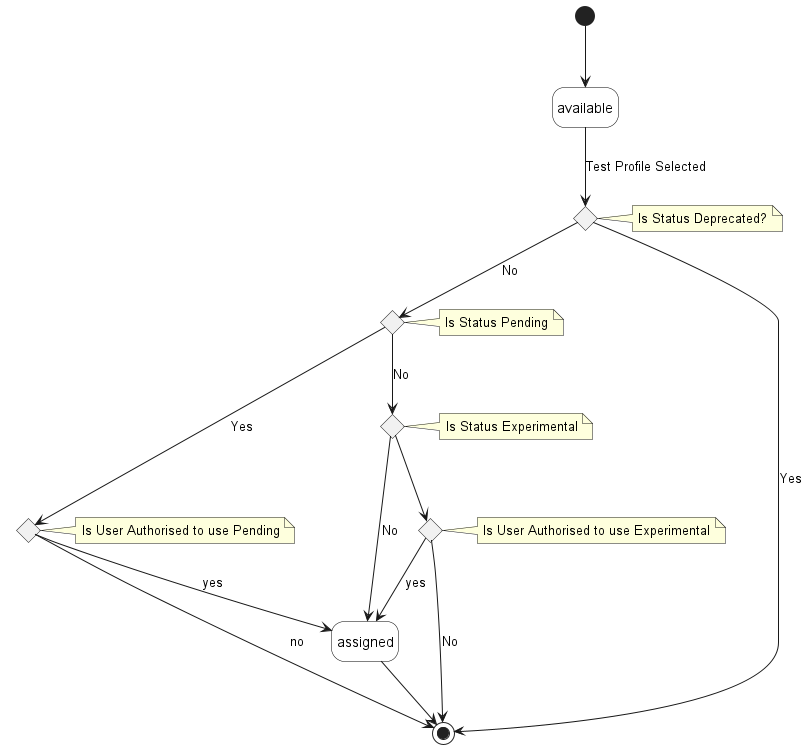
Before: documentation/serviceApi/sft/serviceTest/media/testProfileLifecycleStatus.png, a diagram exported from PlantUML (MEF-GIT/MEF-LSO-Legato-SDK).
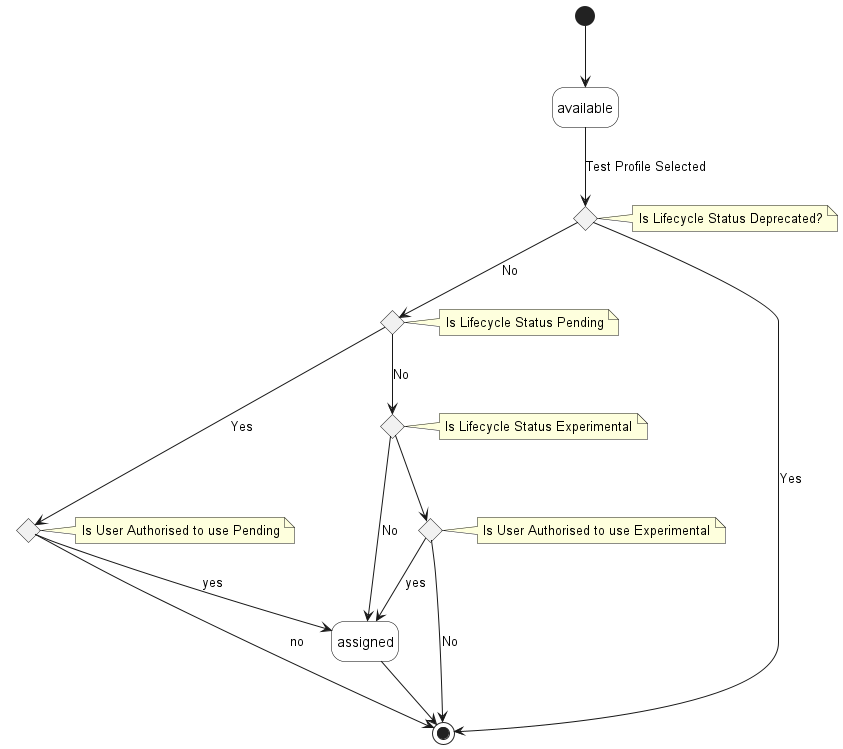
After the commit.

Diff of the diagram source:
```diff
@@ -7,13 +7,13 @@
 hide empty description
 
 state is_status_deprecated <<choice>>
- note right of is_status_deprecated : Is Status Deprecated?
+ note right of is_status_deprecated : Is Lifecycle Status Deprecated?
 
 state is_status_pending <<choice>>
- note right of is_status_pending : Is Status Pending
+ note right of is_status_pending : Is Lifecycle Status Pending
 
 state is_status_experimental <<choice>>
- note right of is_status_experimental : Is Status Experimental
+ note right of is_status_experimental : Is Lifecycle Status Experimental
 
 state is_user_authorised_experimental <<choice>>
  note right of is_user_authorised_experimental : Is User Authorised to use Experimental
```
